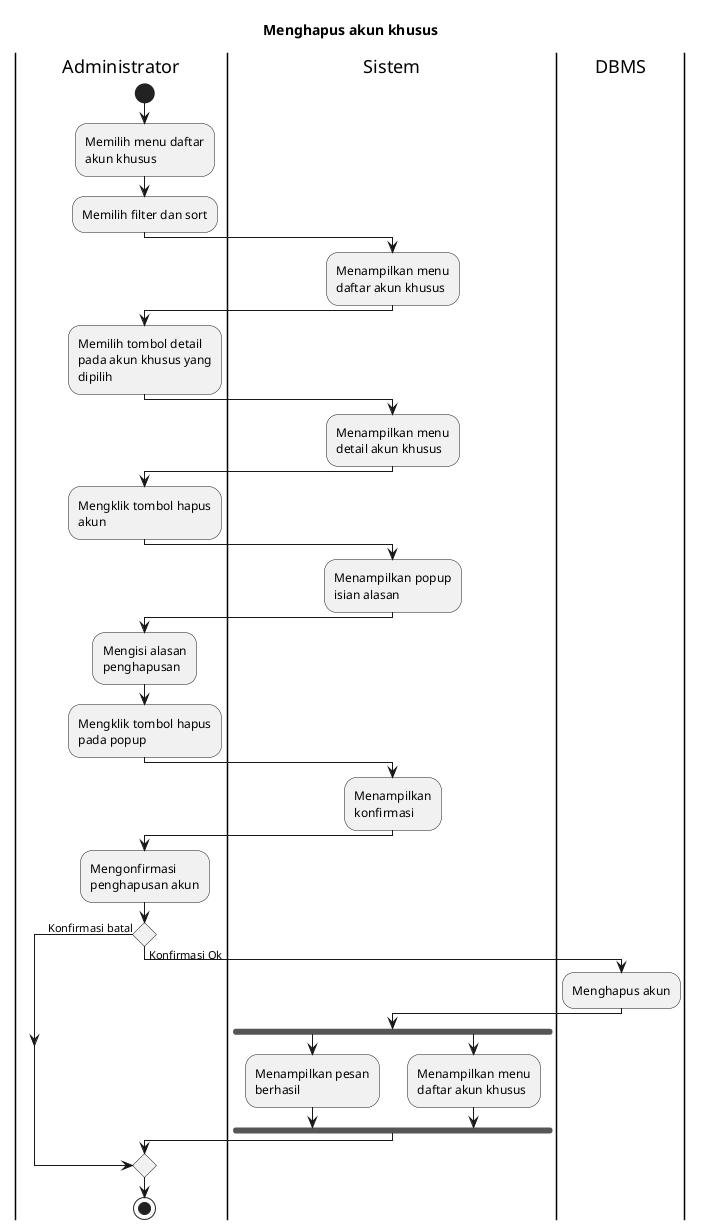
Before: export/Activity Diagrams/UC-MGUSER - Manajemen Pengguna/UC-MGUSER-014 - Menghapus akun khusus.png, a diagram exported from PlantUML (bagusNA/appl-diagrams).
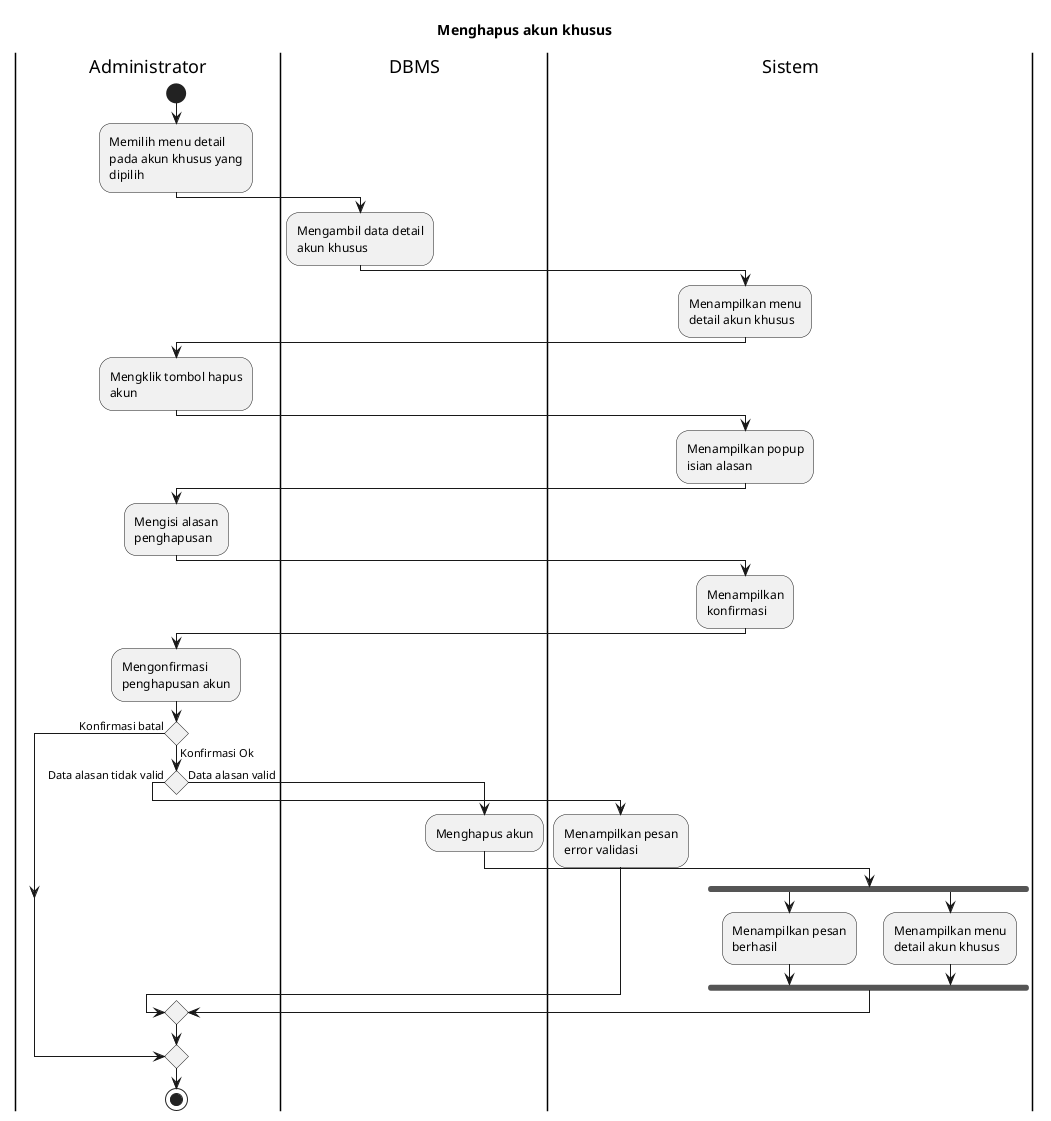
Above is the later version.

Diff of the diagram source:
```diff
@@ -5,14 +5,10 @@
 
 |Administrator|
 start
-:Memilih menu daftar akun khusus;
-:Memilih filter dan sort;
+:Memilih menu detail pada akun khusus yang dipilih;
 
-|Sistem|
-:Menampilkan menu daftar akun khusus;
-
-|Administrator|
-:Memilih tombol detail pada akun khusus yang dipilih;
+|DBMS|
+:Mengambil data detail akun khusus;
 
 |Sistem|
 :Menampilkan menu detail akun khusus;
@@ -25,7 +21,6 @@
 
 |Administrator|
 :Mengisi alasan penghapusan;
-:Mengklik tombol hapus pada popup;
 
 |Sistem|
 :Menampilkan konfirmasi;
@@ -35,15 +30,20 @@
 
 if () then (Konfirmasi batal)
 else (Konfirmasi Ok)
-  |DBMS|
-  :Menghapus akun;
+  if () then (Data alasan tidak valid)
+    |Sistem|
+    :Menampilkan pesan error validasi;
+  else (Data alasan valid)
+    |DBMS|
+    :Menghapus akun;
 
-  |Sistem|
-  fork
-  :Menampilkan pesan berhasil;
-  fork again
-  :Menampilkan menu daftar akun khusus;
-  endfork;
+    |Sistem|
+    fork
+      :Menampilkan pesan berhasil;
+    fork again
+      :Menampilkan menu detail akun khusus;
+    endfork
+  endif
 endif
 
 |Administrator|
```
